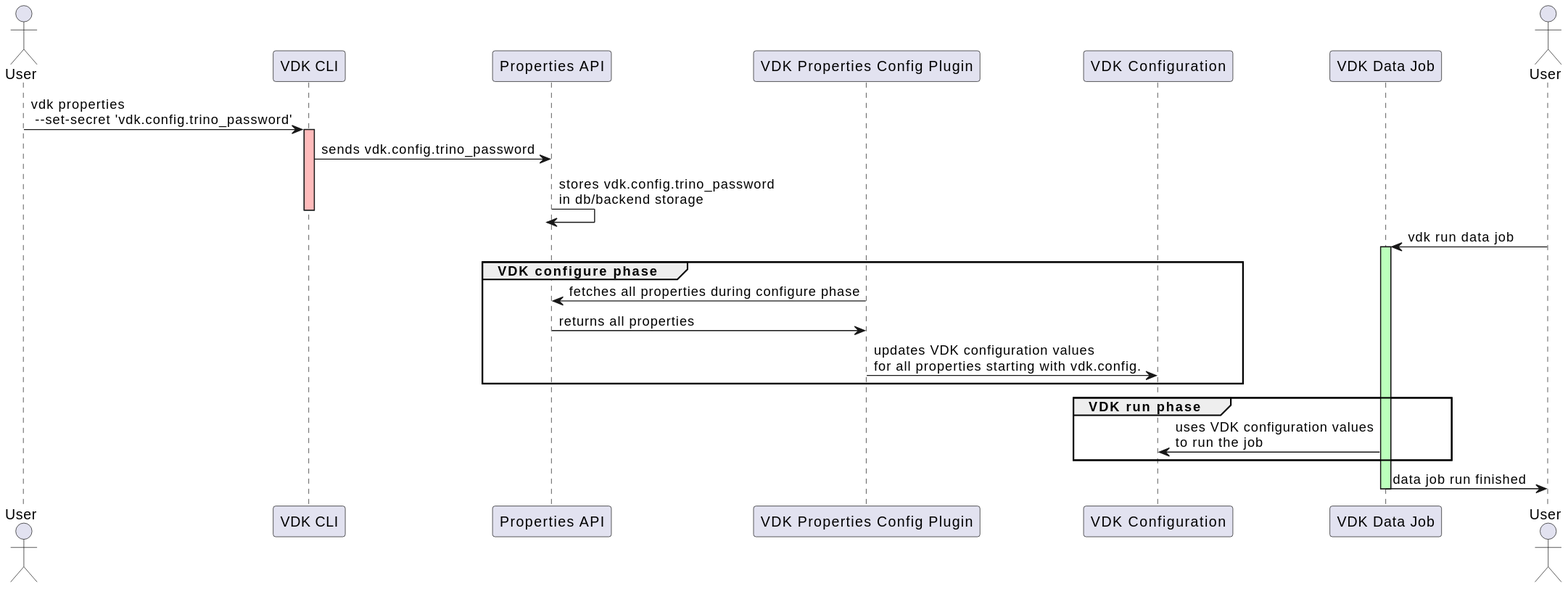
Above: specs/vep-1722-properties-based-vdk-configuration-provider/diagrams/sequence-diagram.svg in vmware/versatile-data-kit (PlantUML), before the change.
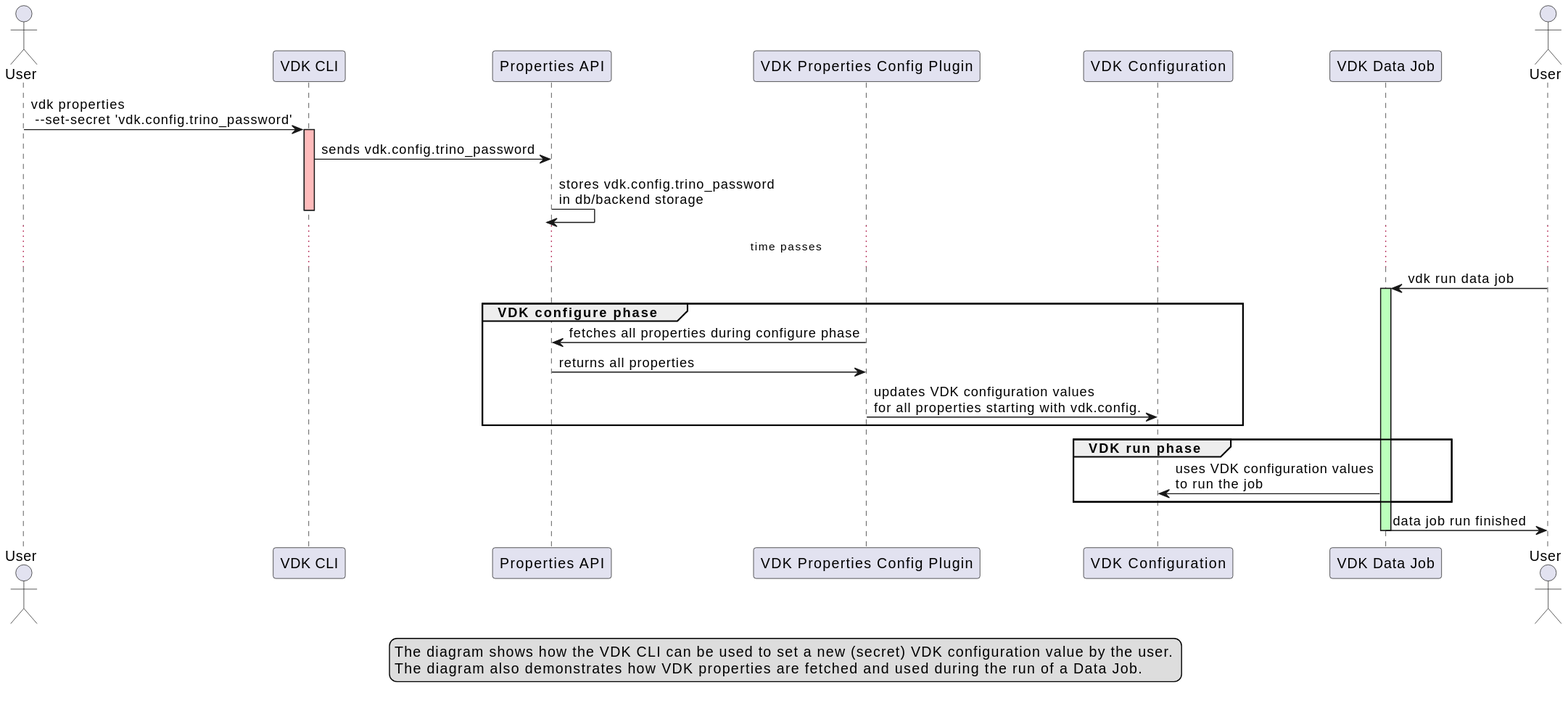
After the commit.

Commit message:
versatile-data-kit: adress comments

The edit, as a diff of the source:
```diff
@@ -1,4 +1,9 @@
 @startuml
+legend
+The diagram shows how the VDK CLI can be used to set a new (secret) VDK configuration value by the user.
+The diagram also demonstrates how VDK properties are fetched and used during the run of a Data Job.
+endlegend
+
 actor User
 participant "VDK CLI"
 participant "Properties API"
@@ -12,6 +17,7 @@
 "VDK CLI" -> "Properties API" : sends vdk.config.trino_password
 "Properties API" -> "Properties API" : stores vdk.config.trino_password \nin db/backend storage
 deactivate "VDK CLI"
+... time passes ...
 u2 -> "VDK Data Job" : vdk run data job
 activate "VDK Data Job" #BBFFBB
 group VDK configure phase
```
